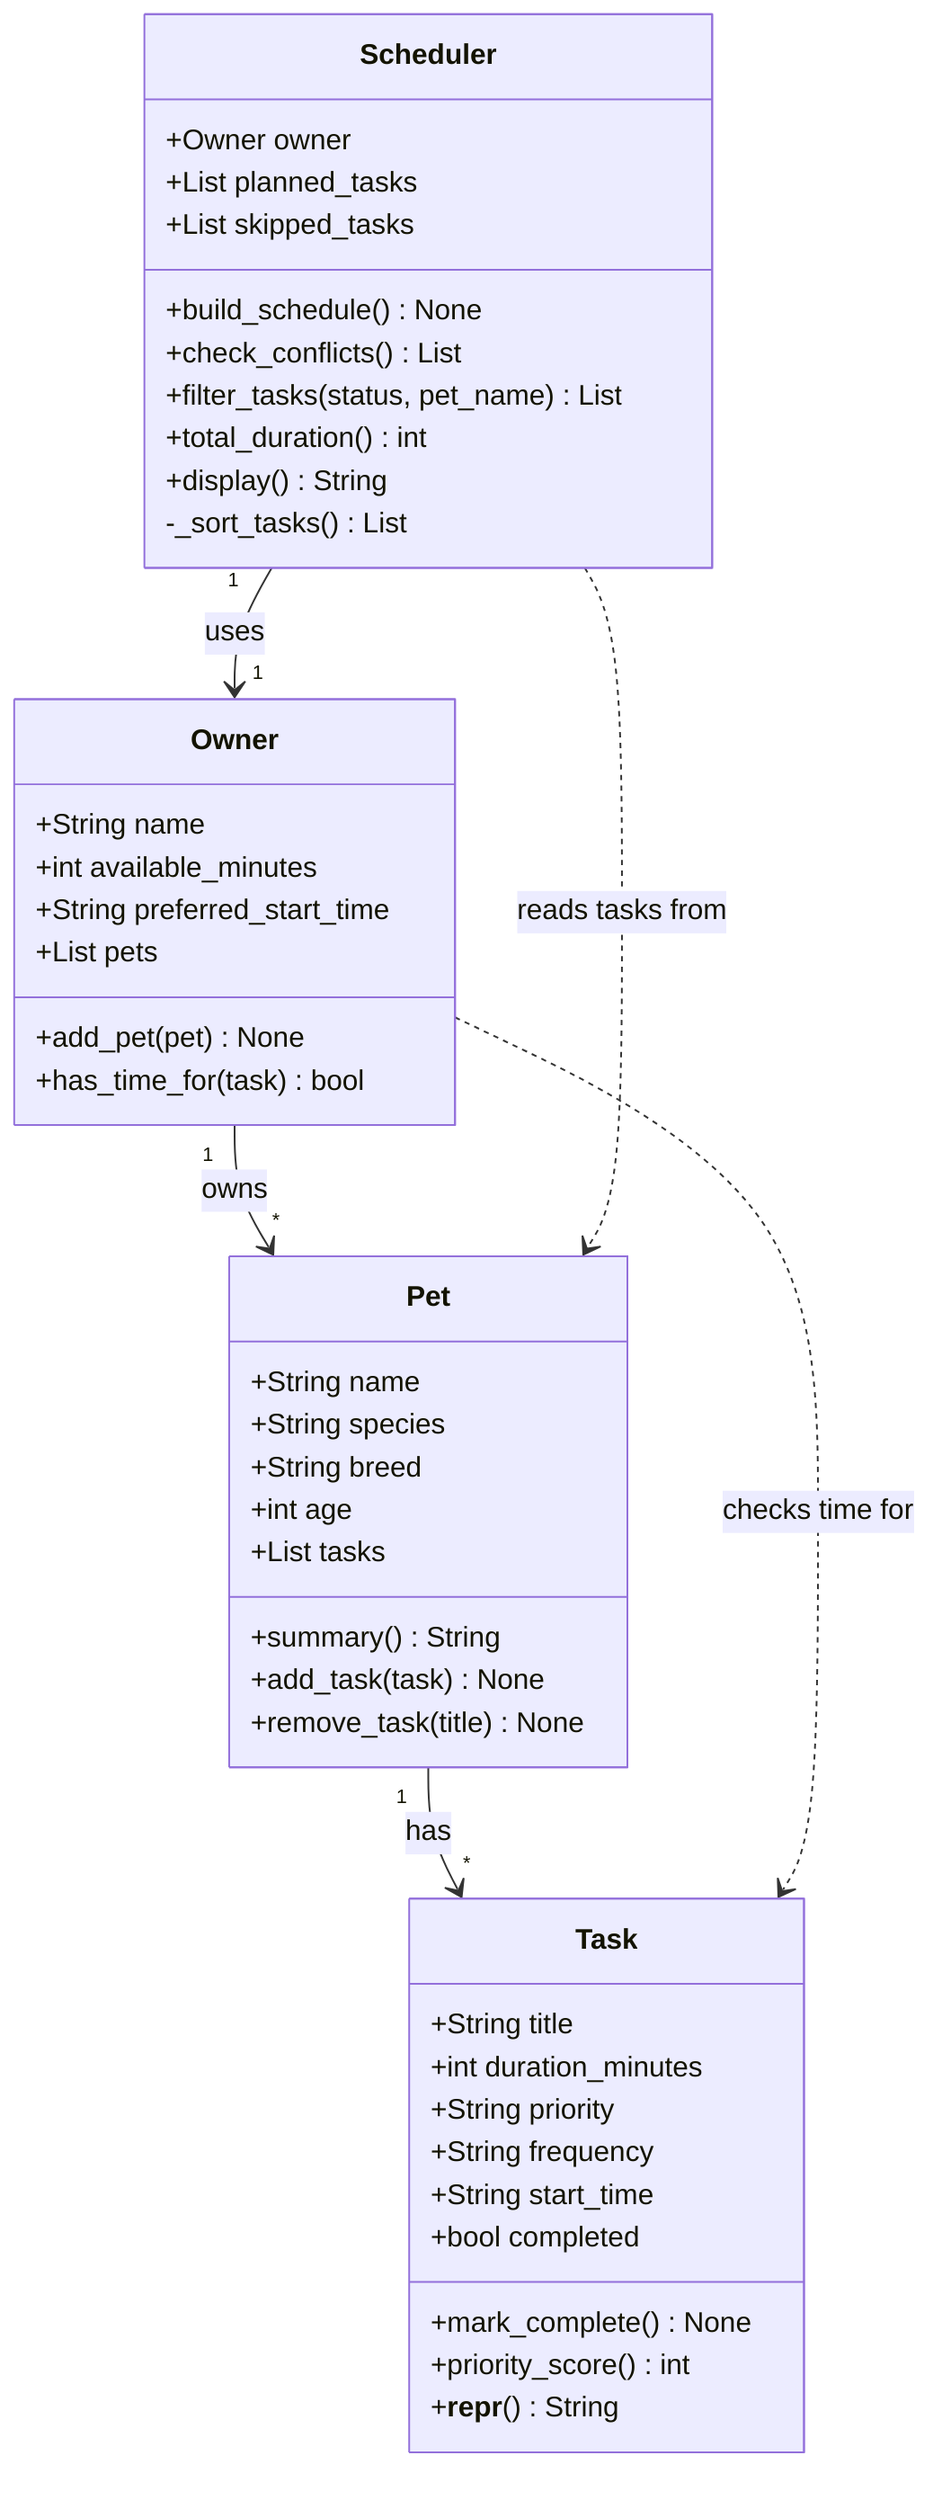
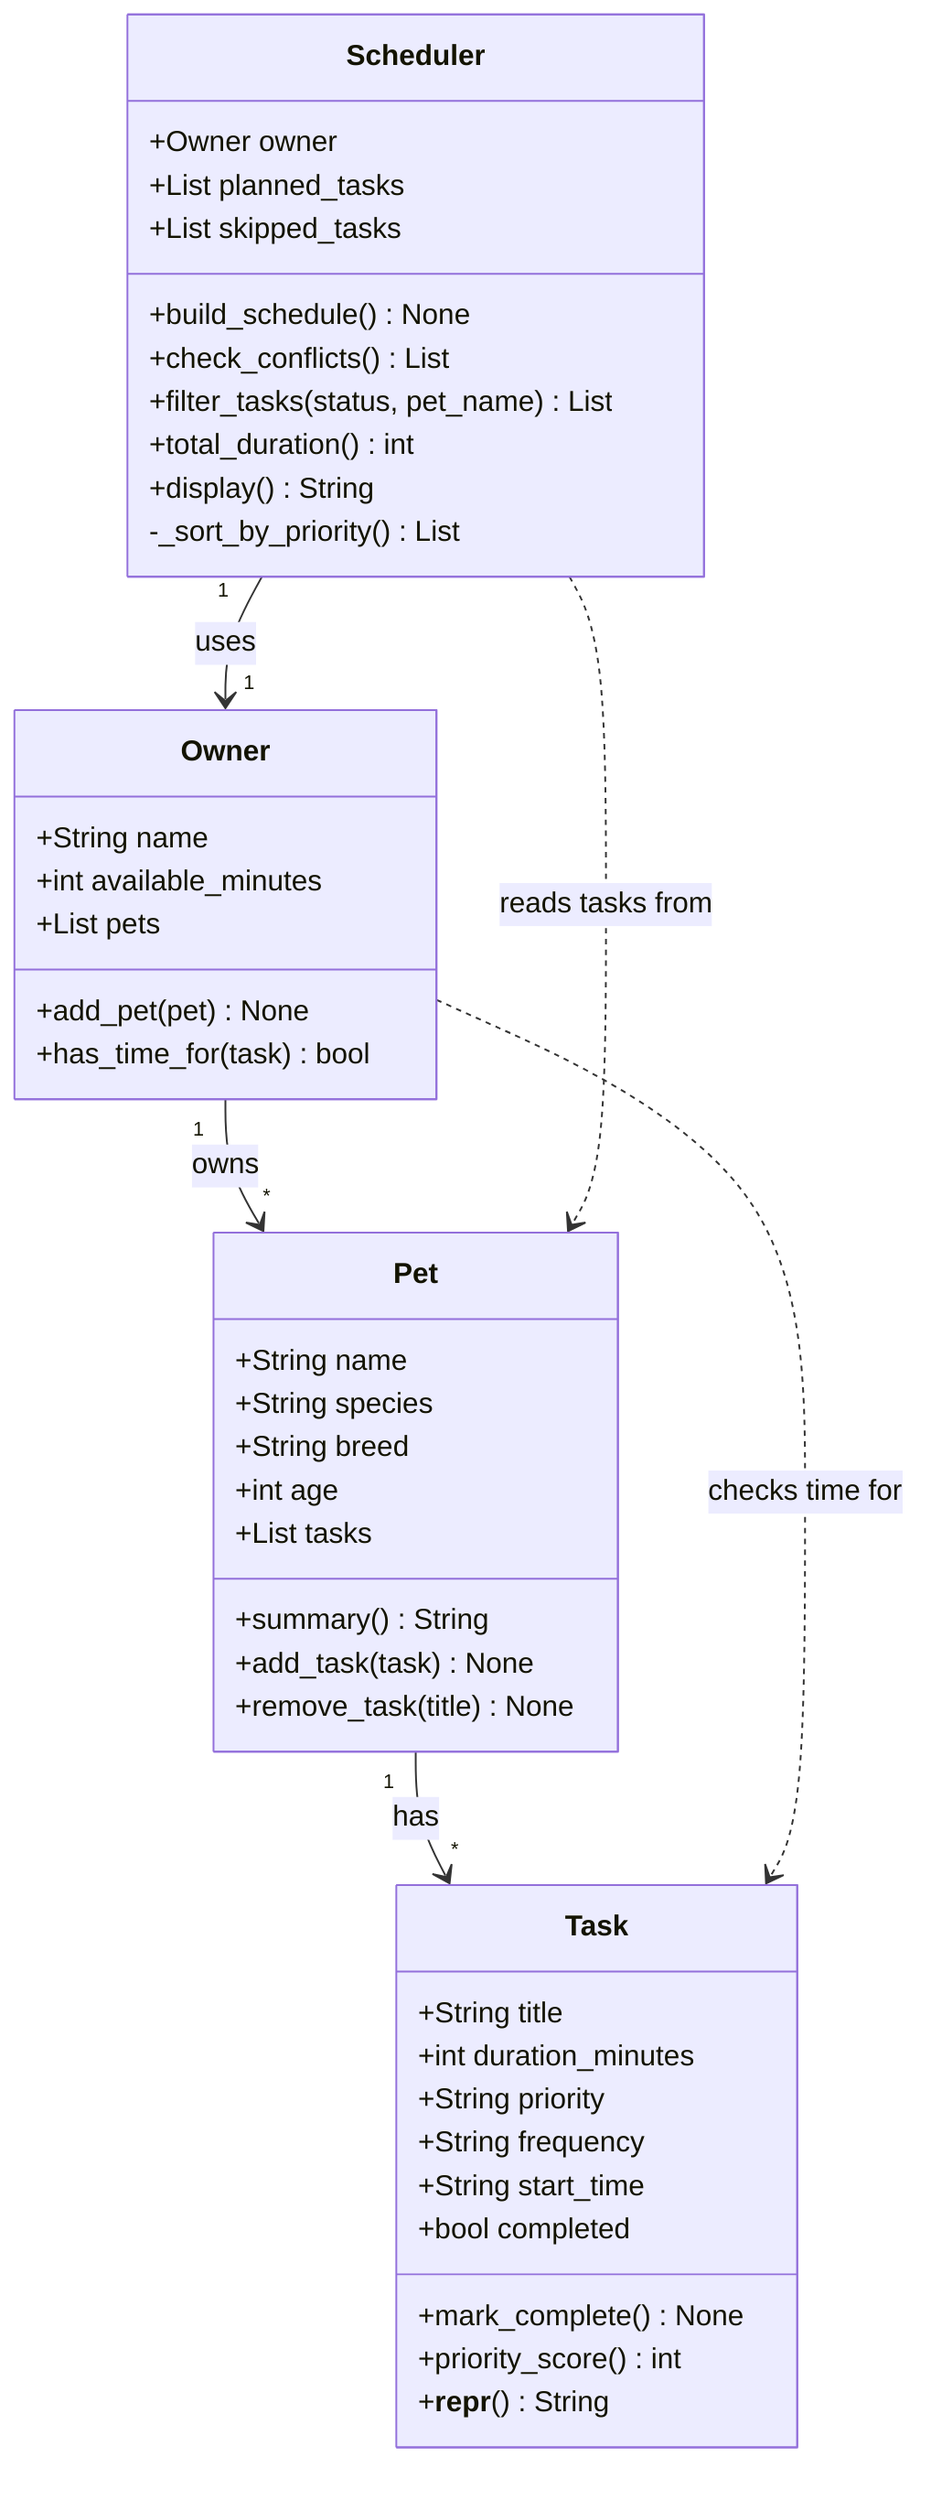
classDiagram
    class Task {
        +String title
        +int duration_minutes
        +String priority
        +String frequency
        +String start_time
        +bool completed
        +mark_complete() None
        +priority_score() int
        +__repr__() String
    }

    class Pet {
        +String name
        +String species
        +String breed
        +int age
        +List tasks
        +summary() String
        +add_task(task) None
        +remove_task(title) None
    }

    class Owner {
        +String name
        +int available_minutes
-         +String preferred_start_time
        +List pets
        +add_pet(pet) None
        +has_time_for(task) bool
    }

    class Scheduler {
        +Owner owner
        +List planned_tasks
        +List skipped_tasks
        +build_schedule() None
        +check_conflicts() List
        +filter_tasks(status, pet_name) List
        +total_duration() int
        +display() String
-         -_sort_tasks() List
+         -_sort_by_priority() List
    }

    Owner "1" --> "*" Pet : owns
    Pet "1" --> "*" Task : has
    Scheduler "1" --> "1" Owner : uses
    Owner ..> Task : checks time for
    Scheduler ..> Pet : reads tasks from
